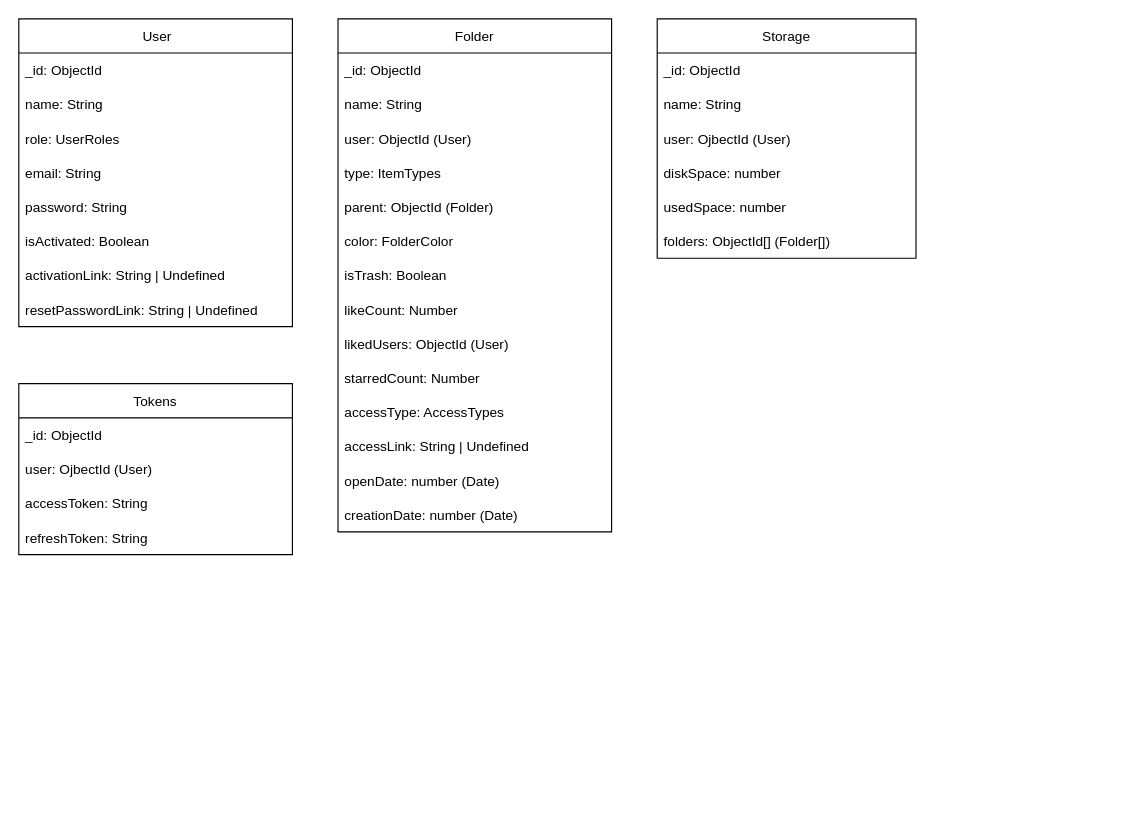
Above: page "База данных" (2 of 3) of project.drawio in WheatleyCODE/storage-server (draw.io), before the change. Source tidied: cells renumbered, new cells numbered last; positions are measured from the earlier drawing's top-left corner, leaving out a move shared by most shapes. Both pictures are drawn from the tidied source at 114%, with x=0, y=0 at pixel (18, 18).
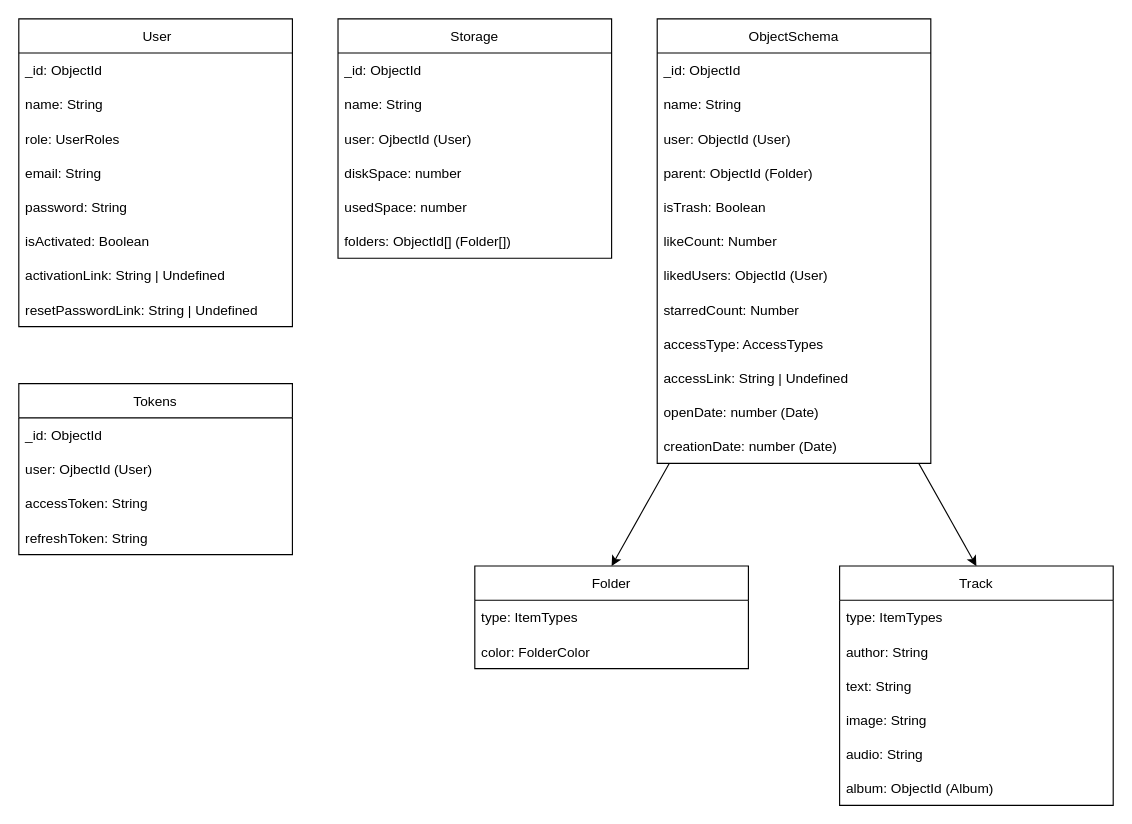
The same diagram, later.

The edit, as a diff of the source:
```diff
@@
     <mxCell id="11" value="Folder" style="swimlane;fontStyle=0;horizontal=1;startSize=30;" parent="1" vertex="1">
-      <mxGeometry x="280" width="240" height="450" as="geometry" />
+      <mxGeometry x="400" y="480" width="240" height="90" as="geometry" />
     </mxCell>
-    <mxCell id="12" value="_id: ObjectId" style="text;strokeColor=none;fillColor=none;align=left;verticalAlign=middle;spacingLeft=4;spacingRight=4;overflow=hidden;" parent="11" vertex="1">
-      <mxGeometry y="30" width="240" height="30" as="geometry" />
-    </mxCell>
-    <mxCell id="13" value="name: String" style="text;strokeColor=none;fillColor=none;align=left;verticalAlign=middle;spacingLeft=4;spacingRight=4;overflow=hidden;" parent="11" vertex="1">
-      <mxGeometry y="60" width="240" height="30" as="geometry" />
-    </mxCell>
-    <mxCell id="14" value="user: ObjectId (User)" style="text;strokeColor=none;fillColor=none;align=left;verticalAlign=middle;spacingLeft=4;spacingRight=4;overflow=hidden;" parent="11" vertex="1">
-      <mxGeometry y="90" width="240" height="30" as="geometry" />
-    </mxCell>
     <mxCell id="15" value="type: ItemTypes" style="text;strokeColor=none;fillColor=none;align=left;verticalAlign=middle;spacingLeft=4;spacingRight=4;overflow=hidden;" parent="11" vertex="1">
-      <mxGeometry y="120" width="240" height="30" as="geometry" />
+      <mxGeometry y="30" width="240" height="30" as="geometry" />
     </mxCell>
-    <mxCell id="16" value="parent: ObjectId (Folder)" style="text;strokeColor=none;fillColor=none;align=left;verticalAlign=middle;spacingLeft=4;spacingRight=4;overflow=hidden;" parent="11" vertex="1">
-      <mxGeometry y="150" width="240" height="30" as="geometry" />
-    </mxCell>
     <mxCell id="17" value="color: FolderColor" style="text;strokeColor=none;fillColor=none;align=left;verticalAlign=middle;spacingLeft=4;spacingRight=4;overflow=hidden;" parent="11" vertex="1">
-      <mxGeometry y="180" width="240" height="30" as="geometry" />
+      <mxGeometry y="60" width="240" height="30" as="geometry" />
     </mxCell>
-    <mxCell id="18" value="isTrash: Boolean" style="text;strokeColor=none;fillColor=none;align=left;verticalAlign=middle;spacingLeft=4;spacingRight=4;overflow=hidden;" parent="11" vertex="1">
-      <mxGeometry y="210" width="240" height="30" as="geometry" />
-    </mxCell>
-    <mxCell id="19" value="likeCount: Number" style="text;strokeColor=none;fillColor=none;align=left;verticalAlign=middle;spacingLeft=4;spacingRight=4;overflow=hidden;" parent="11" vertex="1">
-      <mxGeometry y="240" width="240" height="30" as="geometry" />
-    </mxCell>
-    <mxCell id="20" value="likedUsers: ObjectId (User)" style="text;strokeColor=none;fillColor=none;align=left;verticalAlign=middle;spacingLeft=4;spacingRight=4;overflow=hidden;" parent="11" vertex="1">
-      <mxGeometry y="270" width="240" height="30" as="geometry" />
-    </mxCell>
-    <mxCell id="21" value="starredCount: Number" style="text;strokeColor=none;fillColor=none;align=left;verticalAlign=middle;spacingLeft=4;spacingRight=4;overflow=hidden;" parent="11" vertex="1">
-      <mxGeometry y="300" width="240" height="30" as="geometry" />
-    </mxCell>
-    <mxCell id="22" value="accessType: AccessTypes" style="text;strokeColor=none;fillColor=none;align=left;verticalAlign=middle;spacingLeft=4;spacingRight=4;overflow=hidden;" parent="11" vertex="1">
-      <mxGeometry y="330" width="240" height="30" as="geometry" />
-    </mxCell>
-    <mxCell id="23" value="accessLink: String | Undefined" style="text;strokeColor=none;fillColor=none;align=left;verticalAlign=middle;spacingLeft=4;spacingRight=4;overflow=hidden;" parent="11" vertex="1">
-      <mxGeometry y="360" width="240" height="30" as="geometry" />
-    </mxCell>
-    <mxCell id="24" value="openDate: number (Date)" style="text;strokeColor=none;fillColor=none;align=left;verticalAlign=middle;spacingLeft=4;spacingRight=4;overflow=hidden;" parent="11" vertex="1">
-      <mxGeometry y="390" width="240" height="30" as="geometry" />
-    </mxCell>
-    <mxCell id="25" value="creationDate: number (Date)" style="text;strokeColor=none;fillColor=none;align=left;verticalAlign=middle;spacingLeft=4;spacingRight=4;overflow=hidden;" parent="11" vertex="1">
-      <mxGeometry y="420" width="240" height="30" as="geometry" />
-    </mxCell>
     <mxCell id="26" value="Storage" style="swimlane;fontStyle=0;horizontal=1;startSize=30;" parent="1" vertex="1">
-      <mxGeometry x="560" width="227" height="210" as="geometry" />
+      <mxGeometry x="280" width="240" height="210" as="geometry" />
     </mxCell>
     <mxCell id="27" value="_id: ObjectId" style="text;strokeColor=none;fillColor=none;align=left;verticalAlign=middle;spacingLeft=4;spacingRight=4;overflow=hidden;" parent="26" vertex="1">
-      <mxGeometry y="30" width="227" height="30" as="geometry" />
+      <mxGeometry y="30" width="240" height="30" as="geometry" />
     </mxCell>
     <mxCell id="28" value="name: String" style="text;strokeColor=none;fillColor=none;align=left;verticalAlign=middle;spacingLeft=4;spacingRight=4;overflow=hidden;" parent="26" vertex="1">
-      <mxGeometry y="60" width="227" height="30" as="geometry" />
+      <mxGeometry y="60" width="240" height="30" as="geometry" />
     </mxCell>
     <mxCell id="29" value="user: OjbectId (User)" style="text;strokeColor=none;fillColor=none;align=left;verticalAlign=middle;spacingLeft=4;spacingRight=4;overflow=hidden;" parent="26" vertex="1">
-      <mxGeometry y="90" width="227" height="30" as="geometry" />
+      <mxGeometry y="90" width="240" height="30" as="geometry" />
     </mxCell>
     <mxCell id="30" value="diskSpace: number" style="text;strokeColor=none;fillColor=none;align=left;verticalAlign=middle;spacingLeft=4;spacingRight=4;overflow=hidden;" parent="26" vertex="1">
-      <mxGeometry y="120" width="227" height="30" as="geometry" />
+      <mxGeometry y="120" width="240" height="30" as="geometry" />
     </mxCell>
     <mxCell id="31" value="usedSpace: number" style="text;strokeColor=none;fillColor=none;align=left;verticalAlign=middle;spacingLeft=4;spacingRight=4;overflow=hidden;" parent="26" vertex="1">
-      <mxGeometry y="150" width="227" height="30" as="geometry" />
+      <mxGeometry y="150" width="240" height="30" as="geometry" />
     </mxCell>
     <mxCell id="32" value="folders: ObjectId[] (Folder[])" style="text;strokeColor=none;fillColor=none;align=left;verticalAlign=middle;spacingLeft=4;spacingRight=4;overflow=hidden;" parent="26" vertex="1">
-      <mxGeometry y="180" width="227" height="30" as="geometry" />
+      <mxGeometry y="180" width="240" height="30" as="geometry" />
     </mxCell>
@@
+    <mxCell id="38" style="edgeStyle=none;html=1;entryX=0.5;entryY=0;entryDx=0;entryDy=0;" parent="1" edge="1" source="40" target="41">
+      <mxGeometry relative="1" as="geometry" />
+    </mxCell>
+    <mxCell id="39" style="edgeStyle=none;html=1;entryX=0.5;entryY=0;entryDx=0;entryDy=0;" parent="1" edge="1" source="40" target="11">
+      <mxGeometry relative="1" as="geometry" />
+    </mxCell>
+    <mxCell id="40" value="ObjectSchema" style="swimlane;fontStyle=0;horizontal=1;startSize=30;" parent="1" vertex="1">
+      <mxGeometry x="560" width="240" height="390" as="geometry" />
+    </mxCell>
+    <mxCell id="12" value="_id: ObjectId" style="text;strokeColor=none;fillColor=none;align=left;verticalAlign=middle;spacingLeft=4;spacingRight=4;overflow=hidden;" parent="40" vertex="1">
+      <mxGeometry y="30" width="240" height="30" as="geometry" />
+    </mxCell>
+    <mxCell id="13" value="name: String" style="text;strokeColor=none;fillColor=none;align=left;verticalAlign=middle;spacingLeft=4;spacingRight=4;overflow=hidden;" parent="40" vertex="1">
+      <mxGeometry y="60" width="240" height="30" as="geometry" />
+    </mxCell>
+    <mxCell id="14" value="user: ObjectId (User)" style="text;strokeColor=none;fillColor=none;align=left;verticalAlign=middle;spacingLeft=4;spacingRight=4;overflow=hidden;" parent="40" vertex="1">
+      <mxGeometry y="90" width="240" height="30" as="geometry" />
+    </mxCell>
+    <mxCell id="16" value="parent: ObjectId (Folder)" style="text;strokeColor=none;fillColor=none;align=left;verticalAlign=middle;spacingLeft=4;spacingRight=4;overflow=hidden;" parent="40" vertex="1">
+      <mxGeometry y="120" width="240" height="30" as="geometry" />
+    </mxCell>
+    <mxCell id="18" value="isTrash: Boolean" style="text;strokeColor=none;fillColor=none;align=left;verticalAlign=middle;spacingLeft=4;spacingRight=4;overflow=hidden;" parent="40" vertex="1">
+      <mxGeometry y="150" width="240" height="30" as="geometry" />
+    </mxCell>
+    <mxCell id="19" value="likeCount: Number" style="text;strokeColor=none;fillColor=none;align=left;verticalAlign=middle;spacingLeft=4;spacingRight=4;overflow=hidden;" parent="40" vertex="1">
+      <mxGeometry y="180" width="240" height="30" as="geometry" />
+    </mxCell>
+    <mxCell id="20" value="likedUsers: ObjectId (User)" style="text;strokeColor=none;fillColor=none;align=left;verticalAlign=middle;spacingLeft=4;spacingRight=4;overflow=hidden;" parent="40" vertex="1">
+      <mxGeometry y="210" width="240" height="30" as="geometry" />
+    </mxCell>
+    <mxCell id="21" value="starredCount: Number" style="text;strokeColor=none;fillColor=none;align=left;verticalAlign=middle;spacingLeft=4;spacingRight=4;overflow=hidden;" parent="40" vertex="1">
+      <mxGeometry y="240" width="240" height="30" as="geometry" />
+    </mxCell>
+    <mxCell id="22" value="accessType: AccessTypes" style="text;strokeColor=none;fillColor=none;align=left;verticalAlign=middle;spacingLeft=4;spacingRight=4;overflow=hidden;" parent="40" vertex="1">
+      <mxGeometry y="270" width="240" height="30" as="geometry" />
+    </mxCell>
+    <mxCell id="23" value="accessLink: String | Undefined" style="text;strokeColor=none;fillColor=none;align=left;verticalAlign=middle;spacingLeft=4;spacingRight=4;overflow=hidden;" parent="40" vertex="1">
+      <mxGeometry y="300" width="240" height="30" as="geometry" />
+    </mxCell>
+    <mxCell id="24" value="openDate: number (Date)" style="text;strokeColor=none;fillColor=none;align=left;verticalAlign=middle;spacingLeft=4;spacingRight=4;overflow=hidden;" parent="40" vertex="1">
+      <mxGeometry y="330" width="240" height="30" as="geometry" />
+    </mxCell>
+    <mxCell id="25" value="creationDate: number (Date)" style="text;strokeColor=none;fillColor=none;align=left;verticalAlign=middle;spacingLeft=4;spacingRight=4;overflow=hidden;" parent="40" vertex="1">
+      <mxGeometry y="360" width="240" height="30" as="geometry" />
+    </mxCell>
+    <mxCell id="41" value="Track" style="swimlane;fontStyle=0;horizontal=1;startSize=30;" parent="1" vertex="1">
+      <mxGeometry x="720" y="480" width="240" height="210" as="geometry" />
+    </mxCell>
+    <mxCell id="42" value="type: ItemTypes" style="text;strokeColor=none;fillColor=none;align=left;verticalAlign=middle;spacingLeft=4;spacingRight=4;overflow=hidden;" parent="41" vertex="1">
+      <mxGeometry y="30" width="240" height="30" as="geometry" />
+    </mxCell>
+    <mxCell id="43" value="author: String" style="text;strokeColor=none;fillColor=none;align=left;verticalAlign=middle;spacingLeft=4;spacingRight=4;overflow=hidden;" parent="41" vertex="1">
+      <mxGeometry y="60" width="240" height="30" as="geometry" />
+    </mxCell>
+    <mxCell id="44" value="text: String" style="text;strokeColor=none;fillColor=none;align=left;verticalAlign=middle;spacingLeft=4;spacingRight=4;overflow=hidden;" parent="41" vertex="1">
+      <mxGeometry y="90" width="240" height="30" as="geometry" />
+    </mxCell>
+    <mxCell id="45" value="image: String" style="text;strokeColor=none;fillColor=none;align=left;verticalAlign=middle;spacingLeft=4;spacingRight=4;overflow=hidden;" parent="41" vertex="1">
+      <mxGeometry y="120" width="240" height="30" as="geometry" />
+    </mxCell>
+    <mxCell id="46" value="audio: String" style="text;strokeColor=none;fillColor=none;align=left;verticalAlign=middle;spacingLeft=4;spacingRight=4;overflow=hidden;" parent="41" vertex="1">
+      <mxGeometry y="150" width="240" height="30" as="geometry" />
+    </mxCell>
+    <mxCell id="47" value="album: ObjectId (Album)" style="text;strokeColor=none;fillColor=none;align=left;verticalAlign=middle;spacingLeft=4;spacingRight=4;overflow=hidden;" parent="41" vertex="1">
+      <mxGeometry y="180" width="240" height="30" as="geometry" />
+    </mxCell>
```
